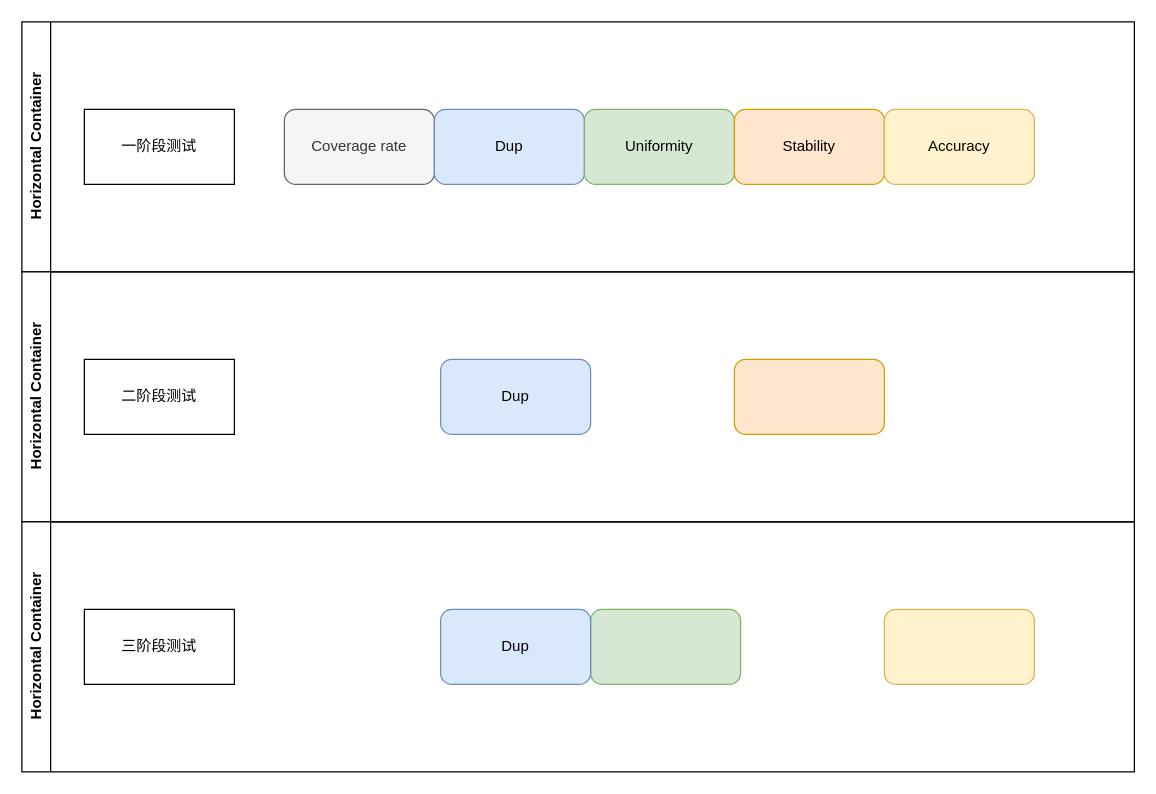
JennySong924/flowchart keeps this draw.io diagram as Untitled Diagram.drawio. Above is the earlier version. Source tidied: cells renumbered, new cells numbered last; positions are measured from the earlier drawing's top-left corner, leaving out a move shared by most shapes. Both pictures are drawn from the tidied source at 125%, with x=0, y=0 at pixel (21, 21).
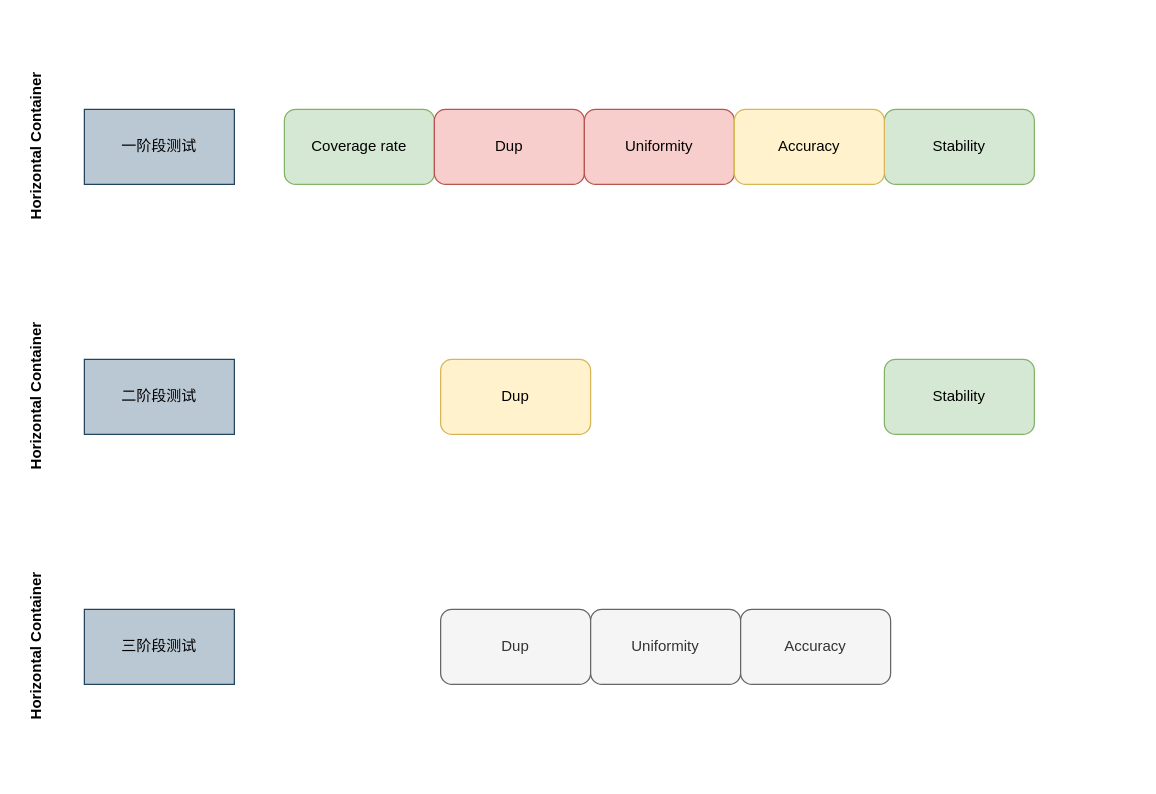
After the change.

Diff of the diagram source:
```diff
@@
 <mxGraphModel background="#ffffff">
   <root>
     <mxCell id="0" />
     <mxCell id="1" parent="0" />
-    <mxCell id="2" value="Horizontal Container" style="swimlane;horizontal=0;whiteSpace=wrap;html=1;" parent="1" vertex="1">
+    <mxCell id="2" value="Horizontal Container" style="swimlane;horizontal=0;whiteSpace=wrap;html=1;strokeColor=none;" parent="1" vertex="1">
       <mxGeometry width="890" height="200" as="geometry" />
     </mxCell>
-    <mxCell id="3" value="一阶段测试" style="rounded=0;whiteSpace=wrap;html=1;" parent="2" vertex="1">
+    <mxCell id="3" value="一阶段测试" style="rounded=0;whiteSpace=wrap;html=1;fillColor=#bac8d3;strokeColor=#23445d;" parent="2" vertex="1">
       <mxGeometry x="50" y="70" width="120" height="60" as="geometry" />
     </mxCell>
-    <mxCell id="4" value="Coverage rate" style="rounded=1;whiteSpace=wrap;html=1;fillColor=#f5f5f5;strokeColor=#666666;fontColor=#333333;" parent="2" vertex="1">
+    <mxCell id="4" value="Coverage rate" style="rounded=1;whiteSpace=wrap;html=1;fillColor=#d5e8d4;strokeColor=#82b366;" parent="2" vertex="1">
       <mxGeometry x="210" y="70" width="120" height="60" as="geometry" />
     </mxCell>
-    <mxCell id="5" value="Dup" style="rounded=1;whiteSpace=wrap;html=1;fillColor=#dae8fc;strokeColor=#6c8ebf;" parent="2" vertex="1">
+    <mxCell id="5" value="Dup" style="rounded=1;whiteSpace=wrap;html=1;fillColor=#f8cecc;strokeColor=#b85450;" parent="2" vertex="1">
       <mxGeometry x="330" y="70" width="120" height="60" as="geometry" />
     </mxCell>
-    <mxCell id="6" value="Uniformity" style="rounded=1;whiteSpace=wrap;html=1;fillColor=#d5e8d4;strokeColor=#82b366;" parent="2" vertex="1">
+    <mxCell id="6" value="Uniformity" style="rounded=1;whiteSpace=wrap;html=1;fillColor=#f8cecc;strokeColor=#b85450;" parent="2" vertex="1">
       <mxGeometry x="450" y="70" width="120" height="60" as="geometry" />
     </mxCell>
-    <mxCell id="7" value="Stability" style="rounded=1;whiteSpace=wrap;html=1;fillColor=#ffe6cc;strokeColor=#d79b00;" parent="2" vertex="1">
-      <mxGeometry x="570" y="70" width="120" height="60" as="geometry" />
+    <mxCell id="7" value="Stability" style="rounded=1;whiteSpace=wrap;html=1;fillColor=#d5e8d4;strokeColor=#82b366;" parent="2" vertex="1">
+      <mxGeometry x="690" y="70" width="120" height="60" as="geometry" />
     </mxCell>
     <mxCell id="8" value="Accuracy" style="rounded=1;whiteSpace=wrap;html=1;fillColor=#fff2cc;strokeColor=#d6b656;" parent="2" vertex="1">
-      <mxGeometry x="690" y="70" width="120" height="60" as="geometry" />
+      <mxGeometry x="570" y="70" width="120" height="60" as="geometry" />
     </mxCell>
-    <mxCell id="9" value="Horizontal Container" style="swimlane;horizontal=0;whiteSpace=wrap;html=1;" parent="1" vertex="1">
+    <mxCell id="9" value="Horizontal Container" style="swimlane;horizontal=0;whiteSpace=wrap;html=1;strokeColor=none;" parent="1" vertex="1">
       <mxGeometry y="200" width="890" height="200" as="geometry" />
     </mxCell>
-    <mxCell id="10" value="二阶段测试" style="rounded=0;whiteSpace=wrap;html=1;" parent="9" vertex="1">
+    <mxCell id="10" value="二阶段测试" style="rounded=0;whiteSpace=wrap;html=1;fillColor=#bac8d3;strokeColor=#23445d;" parent="9" vertex="1">
       <mxGeometry x="50" y="70" width="120" height="60" as="geometry" />
     </mxCell>
-    <mxCell id="11" style="rounded=1;whiteSpace=wrap;html=1;fillColor=#ffe6cc;strokeColor=#d79b00;" parent="9" vertex="1">
-      <mxGeometry x="570" y="70" width="120" height="60" as="geometry" />
-    </mxCell>
-    <mxCell id="12" value="Dup" style="rounded=1;whiteSpace=wrap;html=1;fillColor=#dae8fc;strokeColor=#6c8ebf;" parent="9" vertex="1">
+    <mxCell id="12" value="Dup" style="rounded=1;whiteSpace=wrap;html=1;fillColor=#fff2cc;strokeColor=#d6b656;" parent="9" vertex="1">
       <mxGeometry x="335" y="70" width="120" height="60" as="geometry" />
     </mxCell>
+    <mxCell id="18" value="Stability" style="rounded=1;whiteSpace=wrap;html=1;fillColor=#d5e8d4;strokeColor=#82b366;" parent="9" vertex="1">
+      <mxGeometry x="690" y="70" width="120" height="60" as="geometry" />
+    </mxCell>
-    <mxCell id="13" value="Horizontal Container" style="swimlane;horizontal=0;whiteSpace=wrap;html=1;" parent="1" vertex="1">
+    <mxCell id="13" value="Horizontal Container" style="swimlane;horizontal=0;whiteSpace=wrap;html=1;fillColor=default;strokeColor=none;" parent="1" vertex="1">
       <mxGeometry y="400" width="890" height="200" as="geometry" />
     </mxCell>
+    <mxCell id="17" value="Dup" style="rounded=1;whiteSpace=wrap;html=1;fillColor=#f5f5f5;strokeColor=#666666;fontColor=#333333;" parent="13" vertex="1">
+      <mxGeometry x="335" y="70" width="120" height="60" as="geometry" />
+    </mxCell>
-    <mxCell id="14" value="&lt;span style=&quot;caret-color: rgb(0, 0, 0); color: rgb(0, 0, 0); font-family: Helvetica; font-size: 12px; font-style: normal; font-variant-caps: normal; font-weight: 400; letter-spacing: normal; orphans: auto; text-align: center; text-indent: 0px; text-transform: none; white-space: normal; widows: auto; word-spacing: 0px; -webkit-text-stroke-width: 0px; background-color: rgb(251, 251, 251); text-decoration: none; display: inline !important; float: none;&quot;&gt;三阶段测试&lt;/span&gt;" style="rounded=0;whiteSpace=wrap;html=1;" parent="13" vertex="1">
+    <mxCell id="14" value="三阶段测试" style="rounded=0;whiteSpace=wrap;html=1;fillColor=#bac8d3;strokeColor=#23445d;" parent="13" vertex="1">
       <mxGeometry x="50" y="70" width="120" height="60" as="geometry" />
     </mxCell>
-    <mxCell id="15" style="rounded=1;whiteSpace=wrap;html=1;fillColor=#d5e8d4;strokeColor=#82b366;" parent="13" vertex="1">
-      <mxGeometry x="455" y="70" width="120" height="60" as="geometry" />
-    </mxCell>
-    <mxCell id="16" style="rounded=1;whiteSpace=wrap;html=1;fillColor=#fff2cc;strokeColor=#d6b656;" parent="13" vertex="1">
-      <mxGeometry x="690" y="70" width="120" height="60" as="geometry" />
-    </mxCell>
-    <mxCell id="17" value="Dup" style="rounded=1;whiteSpace=wrap;html=1;fillColor=#dae8fc;strokeColor=#6c8ebf;" parent="13" vertex="1">
-      <mxGeometry x="335" y="70" width="120" height="60" as="geometry" />
-    </mxCell>
+    <mxCell id="19" value="Uniformity" style="rounded=1;whiteSpace=wrap;html=1;fillColor=#f5f5f5;strokeColor=#666666;fontColor=#333333;" parent="13" vertex="1">
+      <mxGeometry x="455" y="70" width="120" height="60" as="geometry" />
+    </mxCell>
+    <mxCell id="20" value="Accuracy" style="rounded=1;whiteSpace=wrap;html=1;fillColor=#f5f5f5;strokeColor=#666666;fontColor=#333333;" parent="13" vertex="1">
+      <mxGeometry x="575" y="70" width="120" height="60" as="geometry" />
+    </mxCell>
   </root>
 </mxGraphModel>
```
